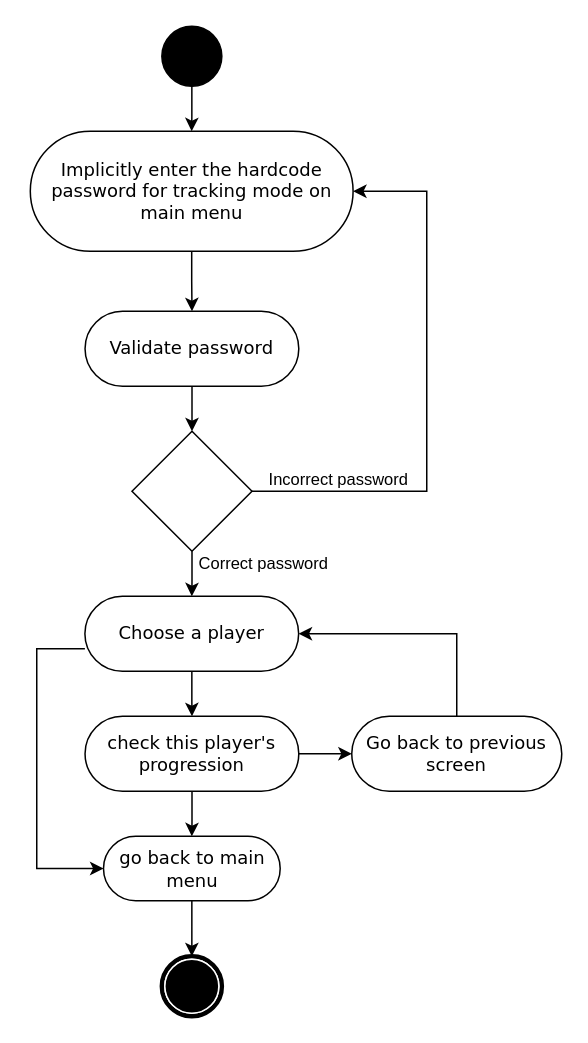
Before: track progression.drawio in maxinimize/uml, a draw.io diagram. Source tidied: cells renumbered, new cells numbered last; positions are measured from the earlier drawing's top-left corner, leaving out a move shared by most shapes. Both pictures are drawn from the tidied source at 150%, with x=0, y=0 at pixel (30, 26).
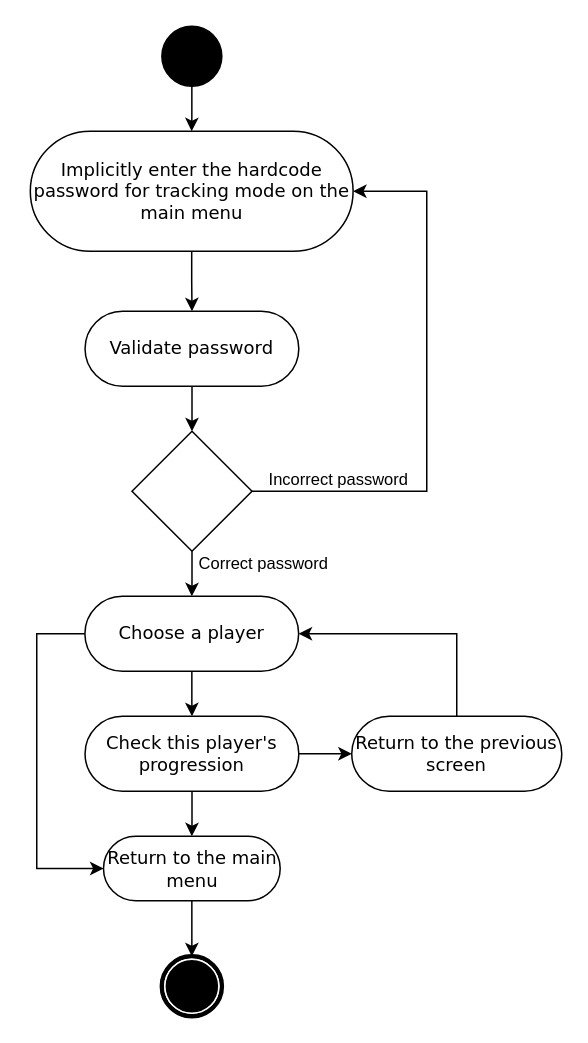
After the change.

Unchanged cells that the change refers to:
```xml
<mxCell id="4" value="Choose a player" style="rounded=1;whiteSpace=wrap;html=1;shadow=0;comic=0;labelBackgroundColor=none;strokeWidth=1;fontFamily=Verdana;fontSize=12;align=center;arcSize=50;" parent="1" vertex="1">
  <mxGeometry x="36.1" y="380" width="142.5" height="50" as="geometry" />
</mxCell>
```

The edit, as a diff of the source:
```diff
@@
     <mxCell id="2" style="edgeStyle=orthogonalEdgeStyle;rounded=0;jettySize=auto;html=1;entryX=0;entryY=0.5;entryDx=0;entryDy=0;" parent="1" edge="1" source="4" target="8">
       <mxGeometry relative="1" as="geometry">
         <Array as="points">
-          <mxPoint x="4" y="415" />
+          <mxPoint x="4" y="405" />
           <mxPoint x="4" y="562" />
         </Array>
       </mxGeometry>
     </mxCell>
@@
-    <mxCell id="8" value="go back to main menu" style="rounded=1;whiteSpace=wrap;html=1;shadow=0;comic=0;labelBackgroundColor=none;strokeWidth=1;fontFamily=Verdana;fontSize=12;align=center;arcSize=50;" parent="1" vertex="1">
+    <mxCell id="8" value="Return to the main menu" style="rounded=1;whiteSpace=wrap;html=1;shadow=0;comic=0;labelBackgroundColor=none;strokeWidth=1;fontFamily=Verdana;fontSize=12;align=center;arcSize=50;" parent="1" vertex="1">
       <mxGeometry x="48.5" y="540" width="117.8" height="43" as="geometry" />
     </mxCell>
@@
-    <mxCell id="11" value="Implicitly enter the hardcode password for tracking mode on main menu" style="rounded=1;whiteSpace=wrap;html=1;shadow=0;comic=0;labelBackgroundColor=none;strokeWidth=1;fontFamily=Verdana;fontSize=12;align=center;arcSize=50;" parent="1" vertex="1">
+    <mxCell id="11" value="Implicitly enter the hardcode password for tracking mode on the main menu" style="rounded=1;whiteSpace=wrap;html=1;shadow=0;comic=0;labelBackgroundColor=none;strokeWidth=1;fontFamily=Verdana;fontSize=12;align=center;arcSize=50;" parent="1" vertex="1">
       <mxGeometry x="-0.3" y="70" width="215.2" height="80" as="geometry" />
     </mxCell>
@@
-    <mxCell id="19" value="check this player's progression" style="rounded=1;whiteSpace=wrap;html=1;shadow=0;comic=0;labelBackgroundColor=none;strokeWidth=1;fontFamily=Verdana;fontSize=12;align=center;arcSize=50;" parent="1" vertex="1">
+    <mxCell id="19" value="Check this player's progression" style="rounded=1;whiteSpace=wrap;html=1;shadow=0;comic=0;labelBackgroundColor=none;strokeWidth=1;fontFamily=Verdana;fontSize=12;align=center;arcSize=50;" parent="1" vertex="1">
       <mxGeometry x="36.2" y="460" width="142.5" height="50" as="geometry" />
     </mxCell>
@@
-    <mxCell id="21" value="Go back to previous screen" style="rounded=1;whiteSpace=wrap;html=1;shadow=0;comic=0;labelBackgroundColor=none;strokeWidth=1;fontFamily=Verdana;fontSize=12;align=center;arcSize=50;" parent="1" vertex="1">
+    <mxCell id="21" value="Return to the previous screen" style="rounded=1;whiteSpace=wrap;html=1;shadow=0;comic=0;labelBackgroundColor=none;strokeWidth=1;fontFamily=Verdana;fontSize=12;align=center;arcSize=50;" parent="1" vertex="1">
       <mxGeometry x="214" y="460" width="140" height="50" as="geometry" />
     </mxCell>
```
